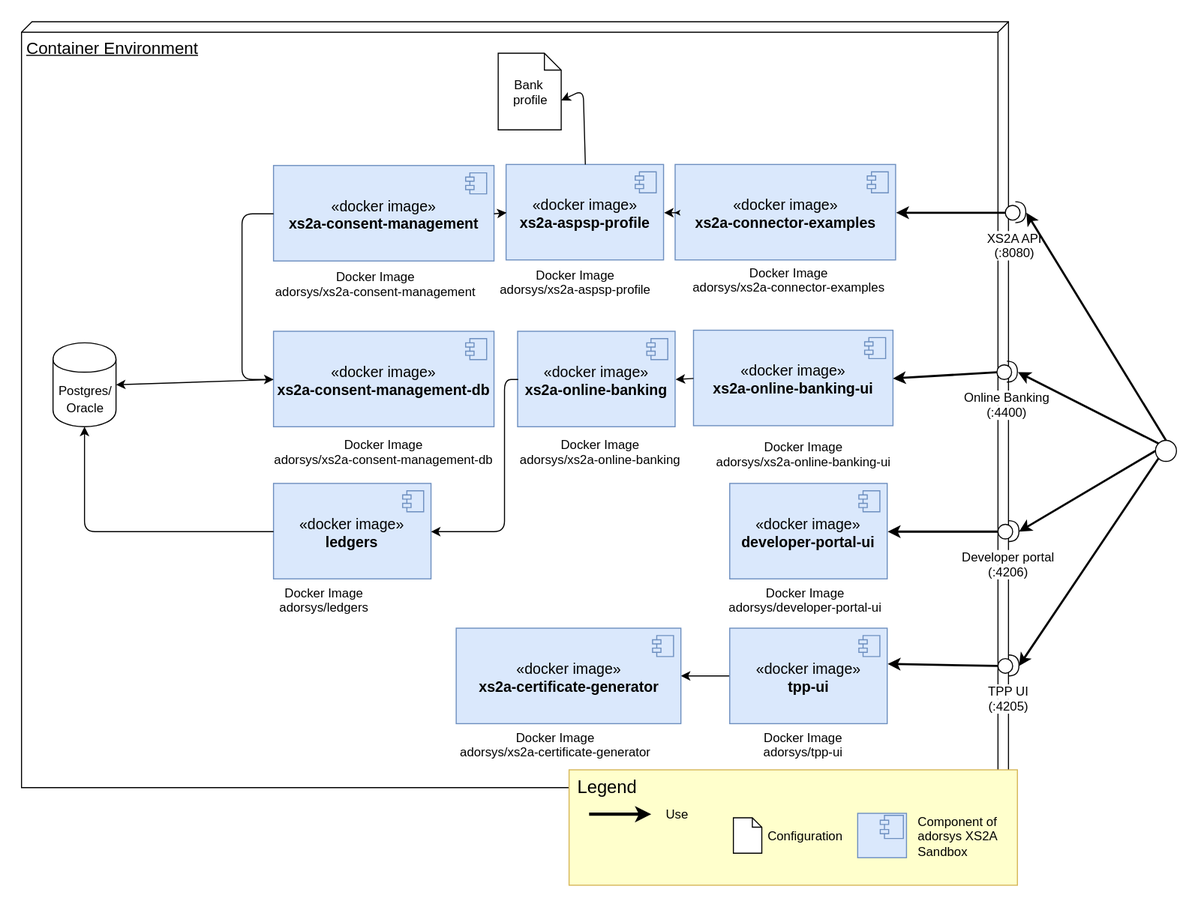
adorsys/XS2A-Sandbox keeps this draw.io diagram as docs/arc42/images/deployment-view.svg. Above is the earlier version. Source tidied: cells renumbered, new cells last; positions are measured from the earlier drawing's top-left corner, leaving out a move shared by most shapes.
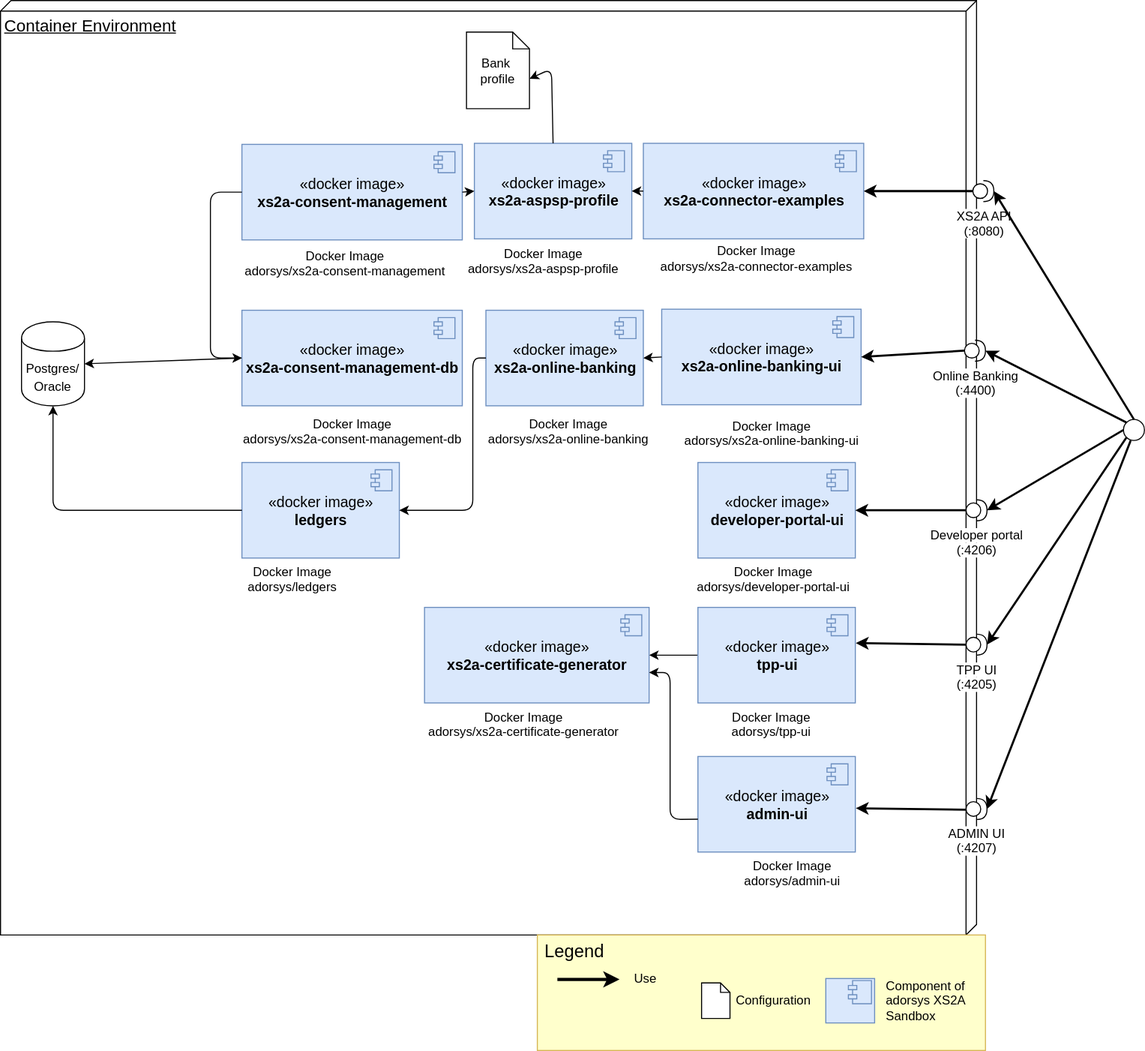
Later version of the same file.

Commit message:
#1027 Updated documentation - Deployment View

What changed in the source:
```diff
@@ -3,7 +3,7 @@
     <mxCell id="0" />
     <mxCell id="1" parent="0" />
     <mxCell id="2" value="&lt;font style=&quot;font-size: 16px&quot;&gt;Container Environment&lt;/font&gt;" style="verticalAlign=top;align=left;spacingTop=8;spacingLeft=2;spacingRight=12;shape=cube;size=10;direction=south;fontStyle=4;html=1;fontSize=14;" parent="1" vertex="1">
-      <mxGeometry width="940" height="730" as="geometry" />
+      <mxGeometry x="10" width="930" height="890" as="geometry" />
     </mxCell>
     <mxCell id="3" value="&lt;font style=&quot;font-size: 12px&quot;&gt;&lt;font style=&quot;font-size: 12px&quot;&gt;Postgres&lt;/font&gt;/&lt;br&gt;Oracle&lt;/font&gt;&lt;br style=&quot;font-size: 14px&quot;&gt;" style="shape=cylinder;whiteSpace=wrap;html=1;boundedLbl=1;backgroundOutline=1;fontSize=14;" parent="1" vertex="1">
       <mxGeometry x="30" y="306" width="60" height="80" as="geometry" />
@@ -29,7 +29,7 @@
       <mxGeometry x="627.5" y="235.7" width="205" height="20" as="geometry" />
     </mxCell>
     <mxCell id="10" style="group;" parent="1" vertex="1">
-      <mxGeometry x="521.5" y="713" width="427" height="110" as="geometry" />
+      <mxGeometry x="521.5" y="890" width="427" height="110" as="geometry" />
     </mxCell>
     <mxCell id="11" value="&lt;div style=&quot;text-align: left ; font-size: 17px&quot;&gt;&lt;span style=&quot;font-size: 17px&quot;&gt;&amp;nbsp;Legend&lt;/span&gt;&lt;/div&gt;" style="rounded=0;whiteSpace=wrap;html=1;fillColor=#FFFFCC;strokeColor=#d6b656;labelPosition=center;verticalLabelPosition=middle;align=left;verticalAlign=top;fontSize=17;" parent="10" vertex="1">
       <mxGeometry width="427" height="110" as="geometry" />
@@ -236,5 +236,39 @@
     <mxCell id="66" style="rounded=0;html=1;exitX=0;exitY=0.5;entryX=1.003;entryY=0.374;jettySize=auto;fillColor=#d5e8d4;strokeColor=#000000;strokeWidth=2;exitDx=0;exitDy=0;exitPerimeter=0;entryDx=0;entryDy=0;entryPerimeter=0;" parent="1" edge="1" source="64" target="38">
       <mxGeometry relative="1" as="geometry" />
     </mxCell>
+    <mxCell id="67" value="&lt;font&gt;«docker image»&lt;br&gt;&lt;/font&gt;&lt;b&gt;admin-ui&lt;/b&gt;" style="html=1;fontSize=14;fillColor=#dae8fc;strokeColor=#6c8ebf;" parent="1" vertex="1">
+      <mxGeometry x="674.5" y="720" width="150" height="91" as="geometry" />
+    </mxCell>
+    <mxCell id="68" style="shape=component;jettyWidth=8;jettyHeight=4;fillColor=#dae8fc;strokeColor=#6c8ebf;" parent="67" vertex="1">
+      <mxGeometry x="1" width="20" height="20" relative="1" as="geometry">
+        <mxPoint x="-27" y="7" as="offset" />
+      </mxGeometry>
+    </mxCell>
+    <mxCell id="69" value="&lt;div style=&quot;text-align: center&quot;&gt;Docker Image&lt;/div&gt;&lt;div style=&quot;text-align: center&quot;&gt;adorsys/admin-ui&lt;/div&gt;" style="text;html=1;" parent="1" vertex="1">
+      <mxGeometry x="717" y="811" width="76" height="30" as="geometry" />
+    </mxCell>
+    <mxCell id="70" style="endArrow=classic;html=1;exitX=0;exitY=0.656;exitDx=0;exitDy=0;exitPerimeter=0;" parent="1" edge="1" source="67">
+      <mxGeometry relative="1" as="geometry">
+        <mxPoint x="628" y="640" as="targetPoint" />
+        <Array as="points">
+          <mxPoint x="648" y="780" />
+          <mxPoint x="648" y="640" />
+        </Array>
+      </mxGeometry>
+    </mxCell>
+    <mxCell id="71" value="&lt;span style=&quot;background-color: rgb(255 , 255 , 255)&quot;&gt;ADMIN UI&lt;br&gt;(:4207)&lt;/span&gt;" style="shape=providedRequiredInterface;html=1;verticalLabelPosition=bottom;verticalAlign=top;" parent="1" vertex="1">
+      <mxGeometry x="930" y="760" width="20" height="20" as="geometry" />
+    </mxCell>
+    <mxCell id="72" style="rounded=0;html=1;exitX=0;exitY=0.5;entryX=1.003;entryY=0.374;jettySize=auto;orthogonalLoop=1;fillColor=#d5e8d4;strokeColor=#000000;strokeWidth=2;exitDx=0;exitDy=0;exitPerimeter=0;entryDx=0;entryDy=0;entryPerimeter=0;" parent="1" edge="1">
+      <mxGeometry relative="1" as="geometry">
+        <mxPoint x="930" y="770.7" as="sourcePoint" />
+        <mxPoint x="825" y="769.3" as="targetPoint" />
+      </mxGeometry>
+    </mxCell>
+    <mxCell id="73" style="rounded=0;html=1;jettySize=auto;fillColor=#d5e8d4;strokeColor=#000000;strokeWidth=2;exitX=0.343;exitY=1.007;exitDx=0;exitDy=0;exitPerimeter=0;" parent="1" edge="1" source="8">
+      <mxGeometry relative="1" as="geometry">
+        <mxPoint x="950" y="770" as="targetPoint" />
+      </mxGeometry>
+    </mxCell>
   </root>
 </mxGraphModel>
```
